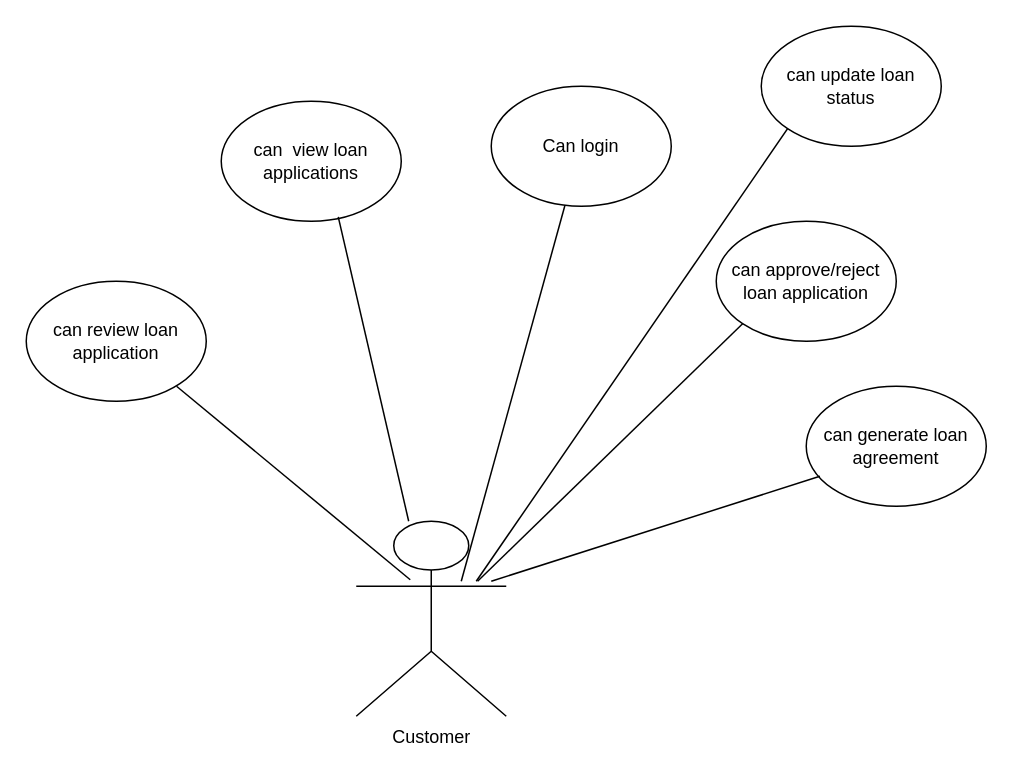
The draw.io diagram page "Loan Officer" (2 of 2) of src/main/resources/hero_use.drawio in intelliDean/Hero_Money, before the edit. Source tidied: cells renumbered, new cells numbered last; positions are measured from the earlier drawing's top-left corner, leaving out a move shared by most shapes. Both pictures are drawn from the tidied source at 150%, with x=0, y=0 at pixel (26, 26).
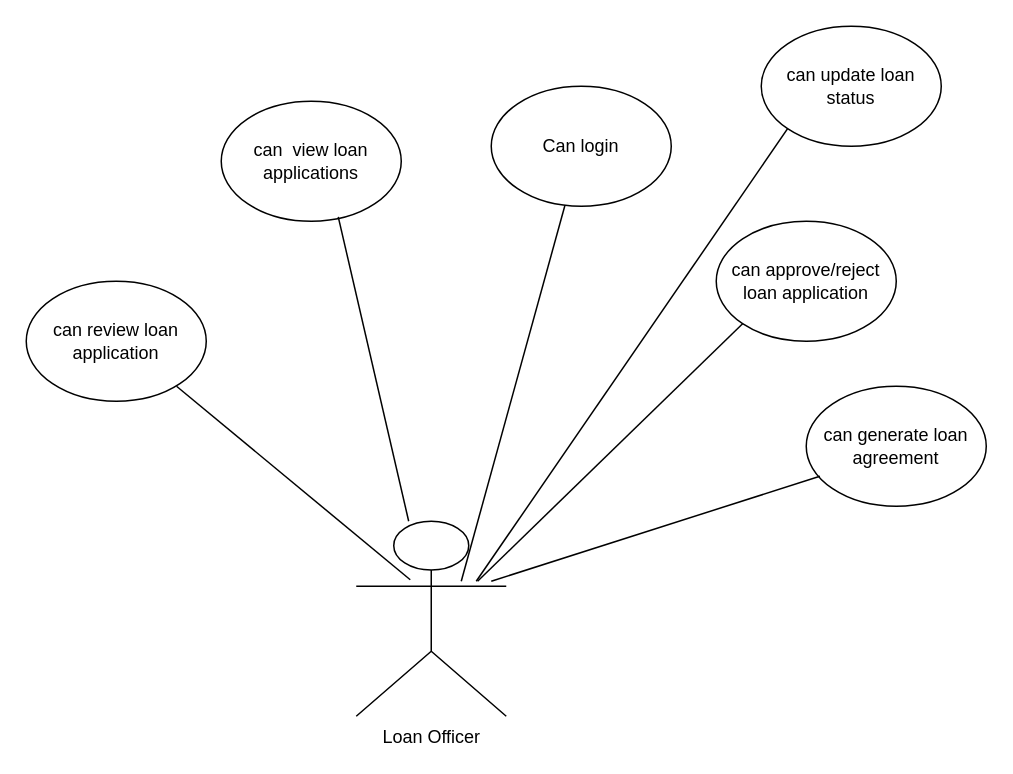
After the change.

Change to the diagram source:
```diff
@@
 <mxGraphModel>
   <root>
     <mxCell id="0" />
     <mxCell id="1" parent="0" />
-    <mxCell id="2" value="Customer" style="shape=umlActor;verticalLabelPosition=bottom;verticalAlign=top;html=1;outlineConnect=0;" parent="1" vertex="1">
+    <mxCell id="2" value="Loan Officer" style="shape=umlActor;verticalLabelPosition=bottom;verticalAlign=top;html=1;outlineConnect=0;" parent="1" vertex="1">
       <mxGeometry x="220" y="330" width="100" height="130" as="geometry" />
     </mxCell>
     <mxCell id="3" style="endArrow=none;html=1;rounded=0;" parent="1" edge="1" target="4">
       <mxGeometry relative="1" as="geometry">
         <mxPoint x="290" y="370" as="sourcePoint" />
       </mxGeometry>
     </mxCell>
     <mxCell id="4" value="Can login" style="ellipse;whiteSpace=wrap;html=1;" parent="1" vertex="1">
       <mxGeometry x="310" y="40" width="120" height="80" as="geometry" />
     </mxCell>
     <mxCell id="5" value="can review loan application" style="ellipse;whiteSpace=wrap;html=1;" parent="1" vertex="1">
       <mxGeometry y="170" width="120" height="80" as="geometry" />
     </mxCell>
     <mxCell id="6" style="endArrow=none;html=1;rounded=0;exitX=0.36;exitY=0.3;exitDx=0;exitDy=0;exitPerimeter=0;" parent="1" edge="1" source="2">
       <mxGeometry relative="1" as="geometry">
         <mxPoint x="100.2" y="240" as="targetPoint" />
       </mxGeometry>
     </mxCell>
     <mxCell id="7" value="can&amp;nbsp; view loan applications" style="ellipse;whiteSpace=wrap;html=1;" parent="1" vertex="1">
       <mxGeometry x="130" y="50" width="120" height="80" as="geometry" />
     </mxCell>
     <mxCell id="8" style="endArrow=none;html=1;rounded=0;entryX=0.65;entryY=0.963;entryDx=0;entryDy=0;entryPerimeter=0;" parent="1" edge="1" source="2" target="7">
       <mxGeometry relative="1" as="geometry" />
     </mxCell>
     <mxCell id="9" value="can approve/reject loan application" style="ellipse;whiteSpace=wrap;html=1;" parent="1" vertex="1">
       <mxGeometry x="460" y="130" width="120" height="80" as="geometry" />
     </mxCell>
     <mxCell id="10" value="can generate loan agreement" style="ellipse;whiteSpace=wrap;html=1;" parent="1" vertex="1">
       <mxGeometry x="520" y="240" width="120" height="80" as="geometry" />
     </mxCell>
     <mxCell id="11" style="endArrow=none;html=1;rounded=0;entryX=0;entryY=1;entryDx=0;entryDy=0;" parent="1" edge="1" target="13">
       <mxGeometry relative="1" as="geometry">
         <mxPoint x="300" y="370" as="sourcePoint" />
       </mxGeometry>
     </mxCell>
     <mxCell id="12" style="endArrow=none;html=1;rounded=0;" parent="1" edge="1">
       <mxGeometry relative="1" as="geometry">
         <mxPoint x="310" y="370" as="sourcePoint" />
         <mxPoint x="529.1" y="300" as="targetPoint" />
       </mxGeometry>
     </mxCell>
     <mxCell id="13" value="can update loan status" style="ellipse;whiteSpace=wrap;html=1;" parent="1" vertex="1">
       <mxGeometry x="490" width="120" height="80" as="geometry" />
     </mxCell>
     <mxCell id="14" style="endArrow=none;html=1;rounded=0;entryX=0;entryY=1;entryDx=0;entryDy=0;" parent="1" edge="1" target="9">
       <mxGeometry relative="1" as="geometry">
         <mxPoint x="300.9" y="370" as="sourcePoint" />
       </mxGeometry>
     </mxCell>
   </root>
 </mxGraphModel>
```
